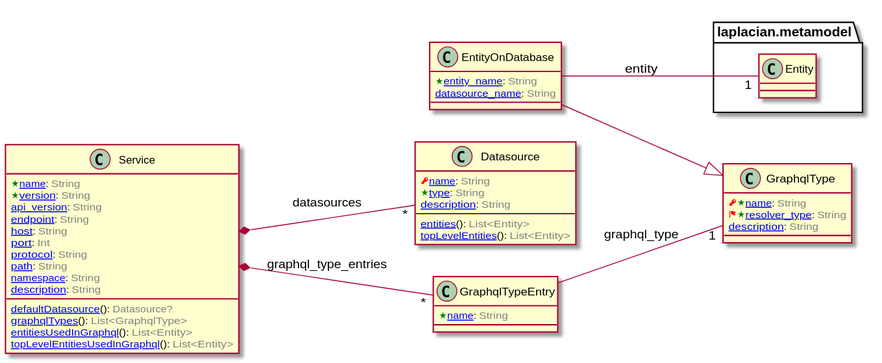
The PlantUML diagram doc/image/model-diagram.svg in laplacian-arch/api-service.domain-model, before a commit.
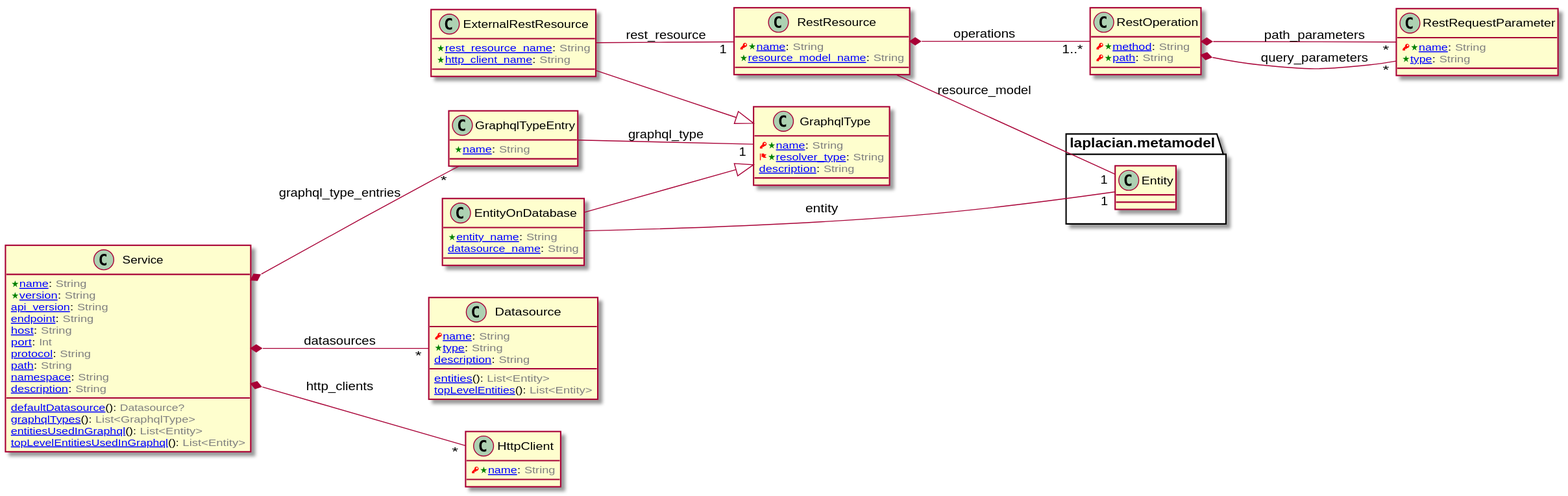
After the change.

Diff of the diagram source:
```diff
@@ -30,6 +30,81 @@
 
 
 EntityOnDatabase -- "1" Entity : entity
+
+
+
+
+class ExternalRestResource [[/blob/master/doc/entities/ExternalRestResource.md]] {
+  <color:Green><&star></color>[[/blob/master/doc/entities/ExternalRestResource.md#rest_resource_name-string rest_resource_name]]: <color:GRAY>String</color>
+  <color:Green><&star></color>[[/blob/master/doc/entities/ExternalRestResource.md#http_client_name-string http_client_name]]: <color:GRAY>String</color>
+}
+
+ExternalRestResource --|> GraphqlType
+
+
+
+
+
+
+
+ExternalRestResource -- "1" RestResource : rest_resource
+
+
+
+
+class RestResource [[/blob/master/doc/entities/RestResource.md]] {
+  <color:RED><&key></color><color:Green><&star></color>[[/blob/master/doc/entities/RestResource.md#name-string name]]: <color:GRAY>String</color>
+  <color:Green><&star></color>[[/blob/master/doc/entities/RestResource.md#resource_model_name-string resource_model_name]]: <color:GRAY>String</color>
+}
+
+
+
+
+
+package laplacian.metamodel {
+  class Entity {
+  }
+}
+
+
+RestResource -- "1" Entity : resource_model
+
+
+
+
+
+
+RestResource *-- "1..*" RestOperation : operations
+
+
+
+
+class RestOperation [[/blob/master/doc/entities/RestOperation.md]] {
+  <color:RED><&key></color><color:Green><&star></color>[[/blob/master/doc/entities/RestOperation.md#method-string method]]: <color:GRAY>String</color>
+  <color:RED><&key></color><color:Green><&star></color>[[/blob/master/doc/entities/RestOperation.md#path-string path]]: <color:GRAY>String</color>
+}
+
+
+
+
+
+
+RestOperation *-- "*" RestRequestParameter : path_parameters
+
+
+
+
+
+
+RestOperation *-- "*" RestRequestParameter : query_parameters
+
+
+
+
+class RestRequestParameter [[/blob/master/doc/entities/RestRequestParameter.md]] {
+  <color:RED><&key></color><color:Green><&star></color>[[/blob/master/doc/entities/RestRequestParameter.md#name-string name]]: <color:GRAY>String</color>
+  <color:Green><&star></color>[[/blob/master/doc/entities/RestRequestParameter.md#type-string type]]: <color:GRAY>String</color>
+}
 
 
 
@@ -68,6 +143,13 @@
 
 
 
+
+
+Service *-- "*" HttpClient : http_clients
+
+
+
+
 class Datasource [[/blob/master/doc/entities/Datasource.md]] {
   <color:RED><&key></color>[[/blob/master/doc/entities/Datasource.md#name-string name]]: <color:GRAY>String</color>
   <color:Green><&star></color>[[/blob/master/doc/entities/Datasource.md#type-string type]]: <color:GRAY>String</color>
@@ -92,4 +174,11 @@
 
 
 
+
+class HttpClient [[/blob/master/doc/entities/HttpClient.md]] {
+  <color:RED><&key></color><color:Green><&star></color>[[/blob/master/doc/entities/HttpClient.md#name-string name]]: <color:GRAY>String</color>
+}
+
+
+
 @enduml
```
